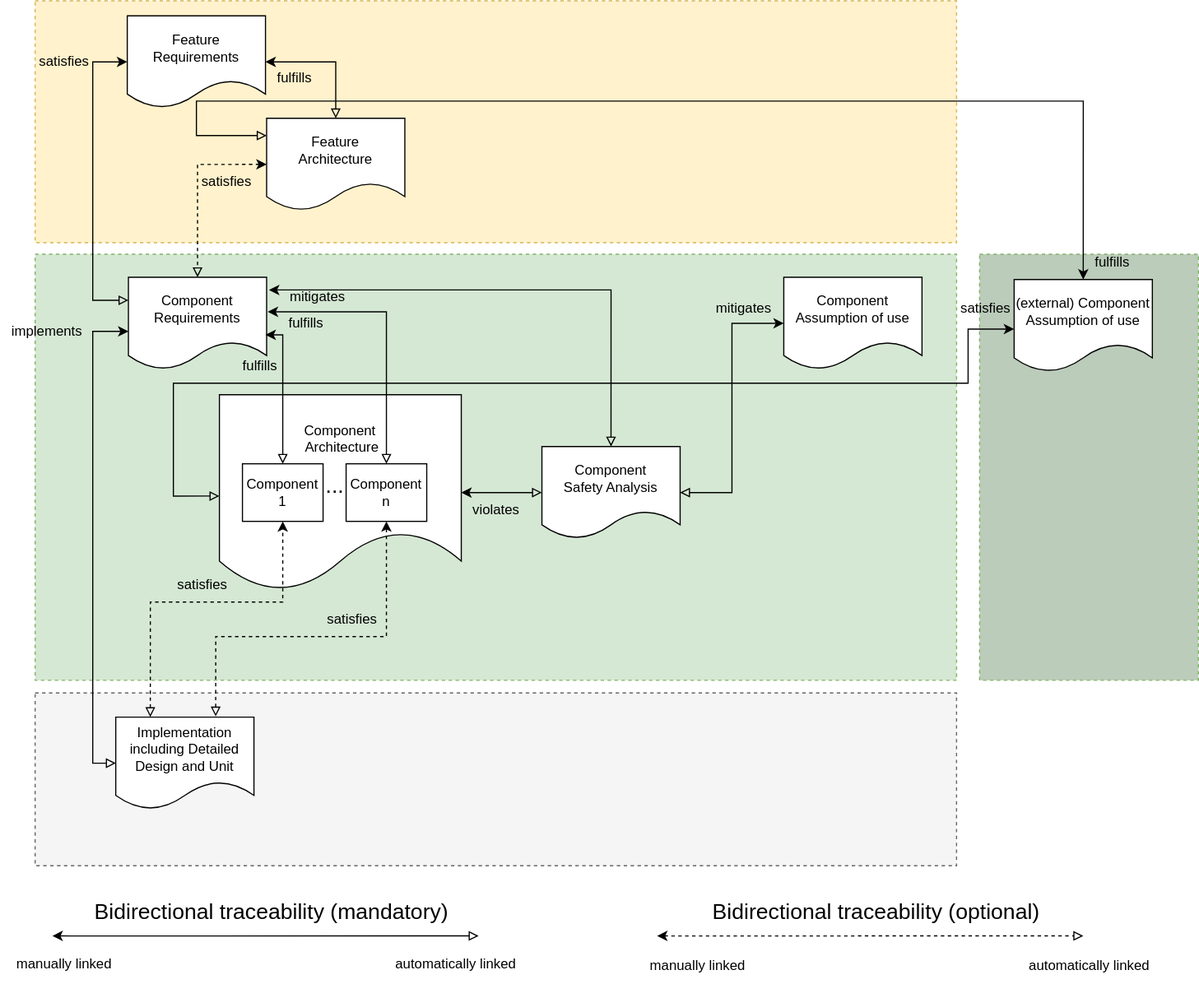
This is pr-141/_images/score_traceability_model_cmp_overview_2.drawio.svg from eclipse-score/process_description, a draw.io export, as it was before one commit. Source tidied: cells renumbered, new cells last; positions are measured from the earlier drawing's top-left corner, leaving out a move shared by most shapes.
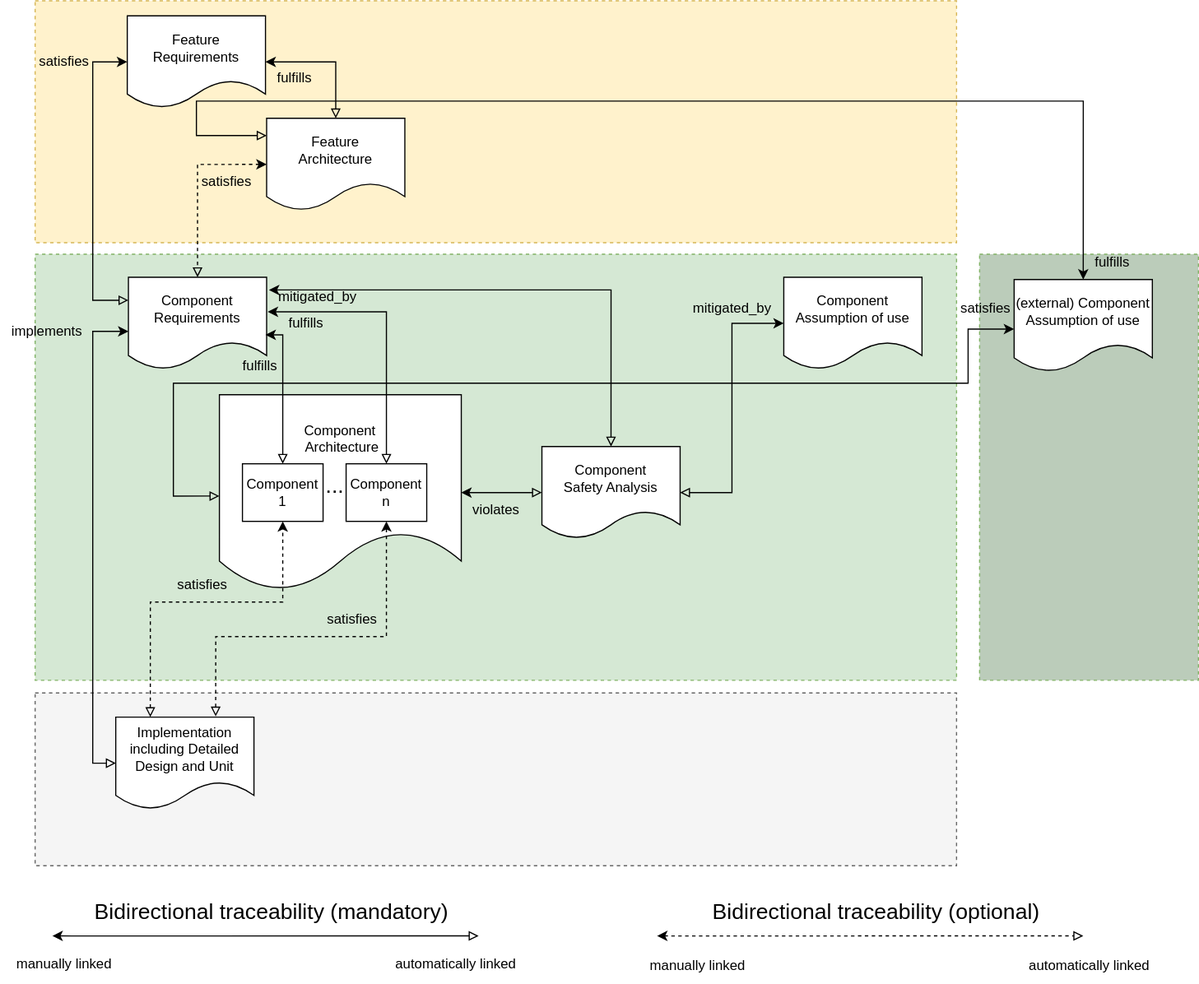
After the change.

The edit, as a diff of the source:
```diff
@@ -173,8 +173,8 @@
     <mxCell id="41" value="violates" style="text;html=1;align=center;verticalAlign=middle;strokeColor=none;fillColor=none;" parent="1" vertex="1">
       <mxGeometry x="400" y="427" width="60" height="30" as="geometry" />
     </mxCell>
-    <mxCell id="42" value="mitigates" style="text;html=1;align=center;verticalAlign=middle;strokeColor=none;fillColor=none;" parent="1" vertex="1">
-      <mxGeometry x="610" y="252" width="70" height="30" as="geometry" />
+    <mxCell id="42" value="mitigated_by" style="text;html=1;align=center;verticalAlign=middle;strokeColor=none;fillColor=none;" parent="1" vertex="1">
+      <mxGeometry x="590" y="252" width="90" height="30" as="geometry" />
     </mxCell>
     <mxCell id="43" value="satisfies" style="text;html=1;align=center;verticalAlign=middle;strokeColor=none;fillColor=none;" parent="1" vertex="1">
       <mxGeometry x="820" y="252" width="70" height="30" as="geometry" />
@@ -191,8 +191,8 @@
     <mxCell id="47" value="fulfills" style="text;html=1;align=center;verticalAlign=middle;strokeColor=none;fillColor=none;" parent="1" vertex="1">
       <mxGeometry x="230" y="52" width="50" height="30" as="geometry" />
     </mxCell>
-    <mxCell id="48" value="mitigates" style="text;html=1;align=center;verticalAlign=middle;strokeColor=none;fillColor=none;" parent="1" vertex="1">
-      <mxGeometry x="240" y="242" width="70" height="30" as="geometry" />
+    <mxCell id="48" value="mitigated_by" style="text;html=1;align=center;verticalAlign=middle;strokeColor=none;fillColor=none;" parent="1" vertex="1">
+      <mxGeometry x="230" y="242" width="90" height="30" as="geometry" />
     </mxCell>
     <mxCell id="49" value="implements" style="text;html=1;align=center;verticalAlign=middle;strokeColor=none;fillColor=none;" parent="1" vertex="1">
       <mxGeometry y="272" width="80" height="30" as="geometry" />
```
